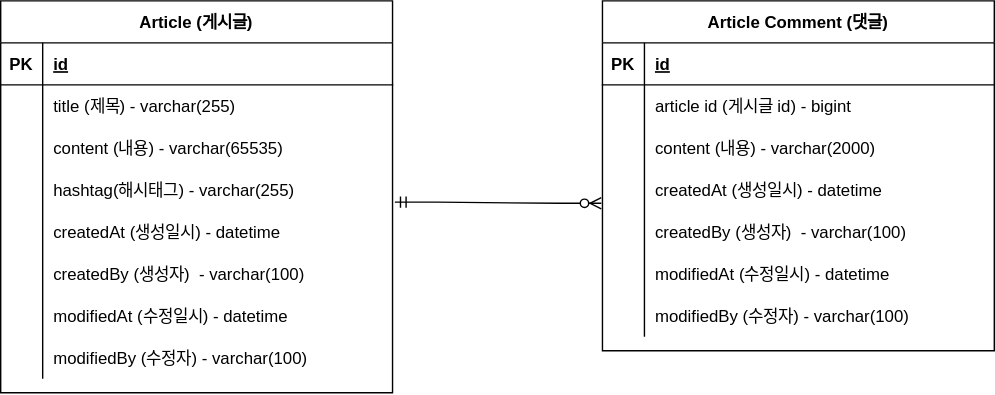
Earlier version of the draw.io export document/project-board-erd.svg (Revi1337/project-board). Source tidied: cells renumbered, new cells last; positions are measured from the earlier drawing's top-left corner, leaving out a move shared by most shapes.
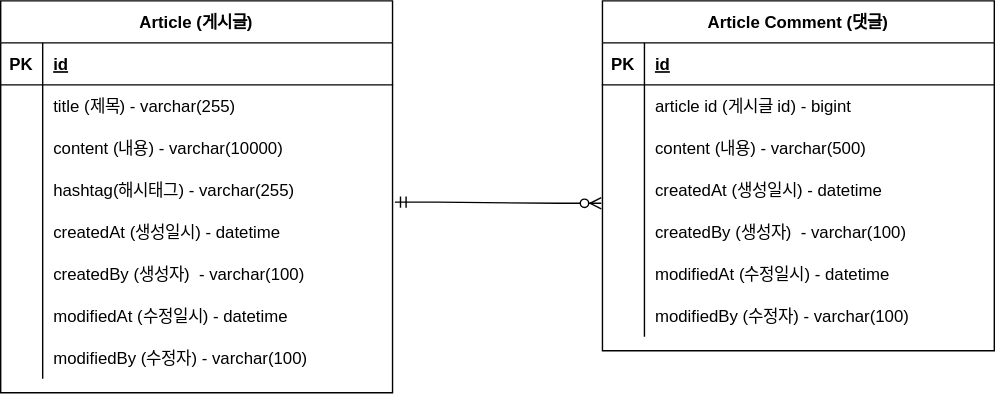
After the commit.

Commit message:
#10 - erd 업데이트: content 사이즈 변경

Change to the diagram source:
```diff
@@ -29,7 +29,7 @@
     <mxCell id="10" style="shape=partialRectangle;fillColor=none;top=0;left=0;bottom=0;right=0;overflow=hidden;" parent="9" vertex="1">
       <mxGeometry width="30" height="30" as="geometry" />
     </mxCell>
-    <mxCell id="11" value="content (내용) - varchar(65535)" style="shape=partialRectangle;fillColor=none;top=0;left=0;bottom=0;right=0;align=left;spacingLeft=6;overflow=hidden;" parent="9" vertex="1">
+    <mxCell id="11" value="content (내용) - varchar(10000)" style="shape=partialRectangle;fillColor=none;top=0;left=0;bottom=0;right=0;align=left;spacingLeft=6;overflow=hidden;" parent="9" vertex="1">
       <mxGeometry x="30" width="250" height="30" as="geometry" />
     </mxCell>
     <mxCell id="12" style="shape=tableRow;horizontal=0;startSize=0;swimlaneHead=0;swimlaneBody=0;fillColor=none;points=[[0,0.5],[1,0.5]];portConstraint=eastwest;top=0;left=0;right=0;bottom=0;" parent="2" vertex="1">
@@ -104,7 +104,7 @@
     <mxCell id="35" style="shape=partialRectangle;fillColor=none;top=0;left=0;bottom=0;right=0;overflow=hidden;" parent="34" vertex="1">
       <mxGeometry width="30" height="30" as="geometry" />
     </mxCell>
-    <mxCell id="36" value="content (내용) - varchar(2000)" style="shape=partialRectangle;fillColor=none;top=0;left=0;bottom=0;right=0;align=left;spacingLeft=6;overflow=hidden;" parent="34" vertex="1">
+    <mxCell id="36" value="content (내용) - varchar(500)" style="shape=partialRectangle;fillColor=none;top=0;left=0;bottom=0;right=0;align=left;spacingLeft=6;overflow=hidden;" parent="34" vertex="1">
       <mxGeometry x="30" width="250" height="30" as="geometry" />
     </mxCell>
     <mxCell id="37" style="shape=tableRow;horizontal=0;startSize=0;swimlaneHead=0;swimlaneBody=0;fillColor=none;points=[[0,0.5],[1,0.5]];portConstraint=eastwest;top=0;left=0;right=0;bottom=0;" parent="27" vertex="1">
```
